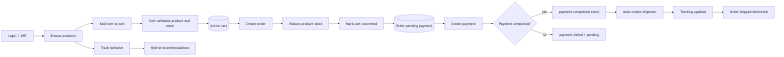
Nanyak/final_kttkpm keeps this Mermaid diagram as docs/images/08-process-flow.png. Above is the earlier version. Its source is kept beside it as docs/images/08-process-flow.mmd. Its diagram source:
```mermaid
flowchart LR
  Login[Login / JWT] --> Browse[Browse products]
  Browse --> Add[Add item to cart]
  Add --> Validate[Cart validates product and stock]
  Validate --> Cart[(Active cart)]
  Cart --> Checkout[Create order]
  Checkout --> Stock[Reduce product stock]
  Stock --> Convert[Mark cart converted]
  Convert --> Order[(Order pending payment)]
  Order --> Pay[Create payment]
  Pay --> PaymentStatus{Payment completed?}
  PaymentStatus -- yes --> Event[payment.completed event]
  PaymentStatus -- no --> Failed[payment.failed / pending]
  Event --> Shipment[Auto-create shipment]
  Shipment --> Tracking[Tracking updates]
  Tracking --> Delivered[Order shipped/delivered]
  Browse --> Behavior[Track behavior]
  Behavior --> Recommend[Hybrid recommendations]
```
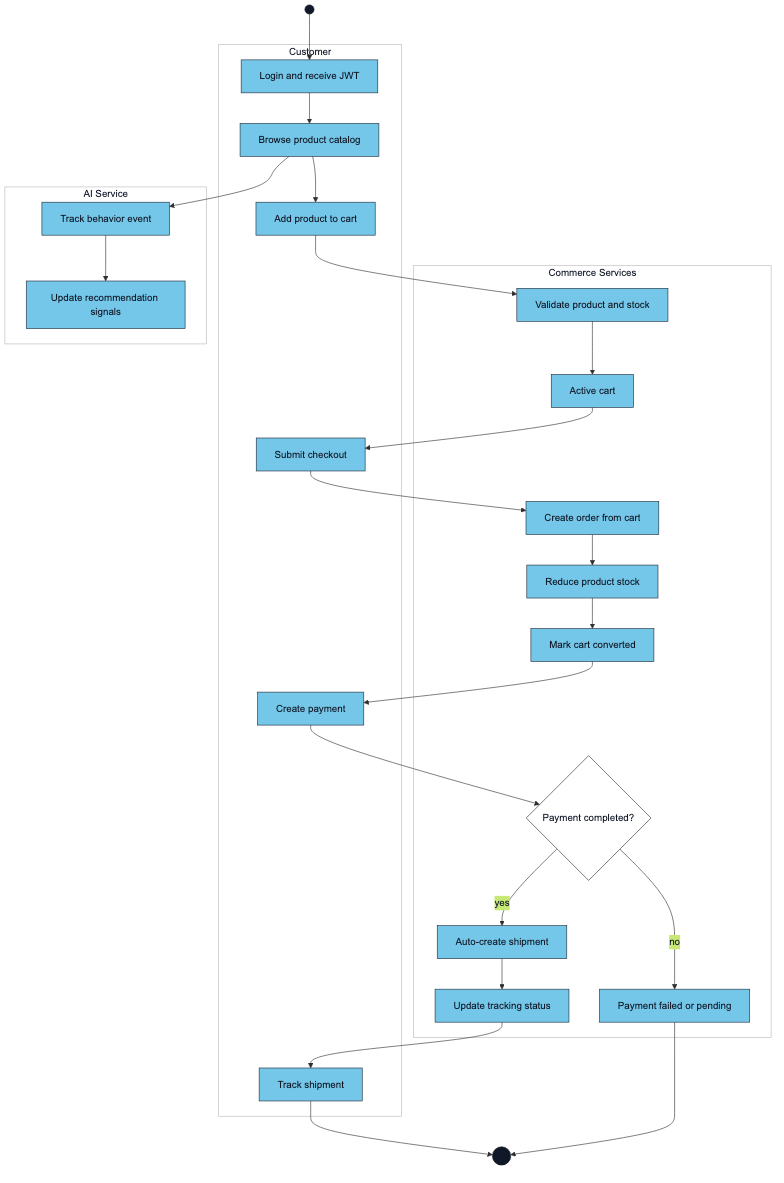
The same diagram one commit later.

Change to the diagram source:
```diff
@@ -1,18 +1,49 @@
-flowchart LR
-  Login[Login / JWT] --> Browse[Browse products]
-  Browse --> Add[Add item to cart]
-  Add --> Validate[Cart validates product and stock]
-  Validate --> Cart[(Active cart)]
-  Cart --> Checkout[Create order]
-  Checkout --> Stock[Reduce product stock]
-  Stock --> Convert[Mark cart converted]
-  Convert --> Order[(Order pending payment)]
-  Order --> Pay[Create payment]
-  Pay --> PaymentStatus{Payment completed?}
-  PaymentStatus -- yes --> Event[payment.completed event]
-  PaymentStatus -- no --> Failed[payment.failed / pending]
-  Event --> Shipment[Auto-create shipment]
-  Shipment --> Tracking[Tracking updates]
-  Tracking --> Delivered[Order shipped/delivered]
-  Browse --> Behavior[Track behavior]
-  Behavior --> Recommend[Hybrid recommendations]
+%%{init: {"theme": "base", "themeVariables": {"primaryColor": "#74c7e8", "primaryBorderColor": "#1f2937", "primaryTextColor": "#111827", "lineColor": "#2f2f2f", "fontFamily": "Arial"}}}%%
+flowchart TD
+  Start(( ))
+  End((( )))
+
+  subgraph Customer["Customer"]
+    Login["Login and receive JWT"]
+    Browse["Browse product catalog"]
+    Add["Add product to cart"]
+    Checkout["Submit checkout"]
+    Pay["Create payment"]
+    Track["Track shipment"]
+  end
+
+  subgraph Commerce["Commerce Services"]
+    Validate["Validate product and stock"]
+    Cart["Active cart"]
+    CreateOrder["Create order from cart"]
+    ReduceStock["Reduce product stock"]
+    ConvertCart["Mark cart converted"]
+    PaymentDecision{"Payment completed?"}
+    Failed["Payment failed or pending"]
+    Shipment["Auto-create shipment"]
+    Status["Update tracking status"]
+  end
+
+  subgraph AI["AI Service"]
+    Behavior["Track behavior event"]
+    Recommend["Update recommendation signals"]
+  end
+
+  Start --> Login --> Browse --> Add --> Validate
+  Browse --> Behavior --> Recommend
+  Validate --> Cart --> Checkout --> CreateOrder
+  CreateOrder --> ReduceStock --> ConvertCart --> Pay --> PaymentDecision
+  PaymentDecision -- yes --> Shipment --> Status --> Track --> End
+  PaymentDecision -- no --> Failed --> End
+
+  classDef startEnd fill:#111827,stroke:#111827,color:#111827;
+  classDef action fill:#74c7e8,stroke:#1f2937,color:#111827;
+  classDef decision fill:#ffffff,stroke:#1f2937,color:#111827;
+  classDef lane fill:#ffffff,stroke:#b8b8b8,color:#111827;
+
+  class Start,End startEnd;
+  class Login,Browse,Add,Checkout,Pay,Track,Validate,Cart,CreateOrder,ReduceStock,ConvertCart,Failed,Shipment,Status,Behavior,Recommend action;
+  class PaymentDecision decision;
+  style Customer fill:#ffffff,stroke:#b8b8b8,color:#111827
+  style Commerce fill:#ffffff,stroke:#b8b8b8,color:#111827
+  style AI fill:#ffffff,stroke:#b8b8b8,color:#111827
```
